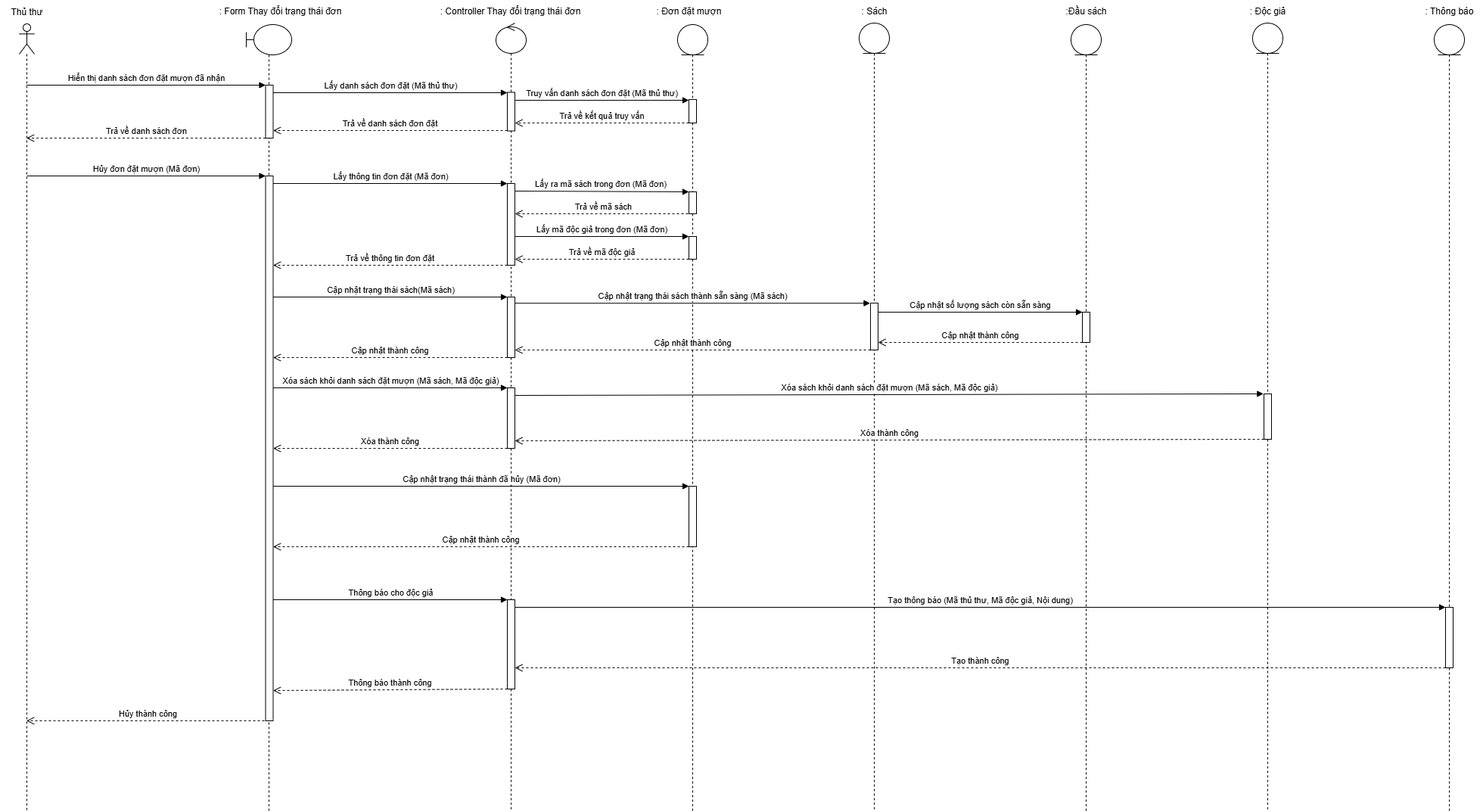
This is Sequence Diagram/UC Đặt mượn sách/Actor Thủ thư - Hủy đơn đặt mượn.png from kimcuongdev/LibrarySystemAD, a draw.io export, as it was before one commit. Source tidied: cells renumbered, new cells last; positions are measured from the earlier drawing's top-left corner, leaving out a move shared by most shapes.
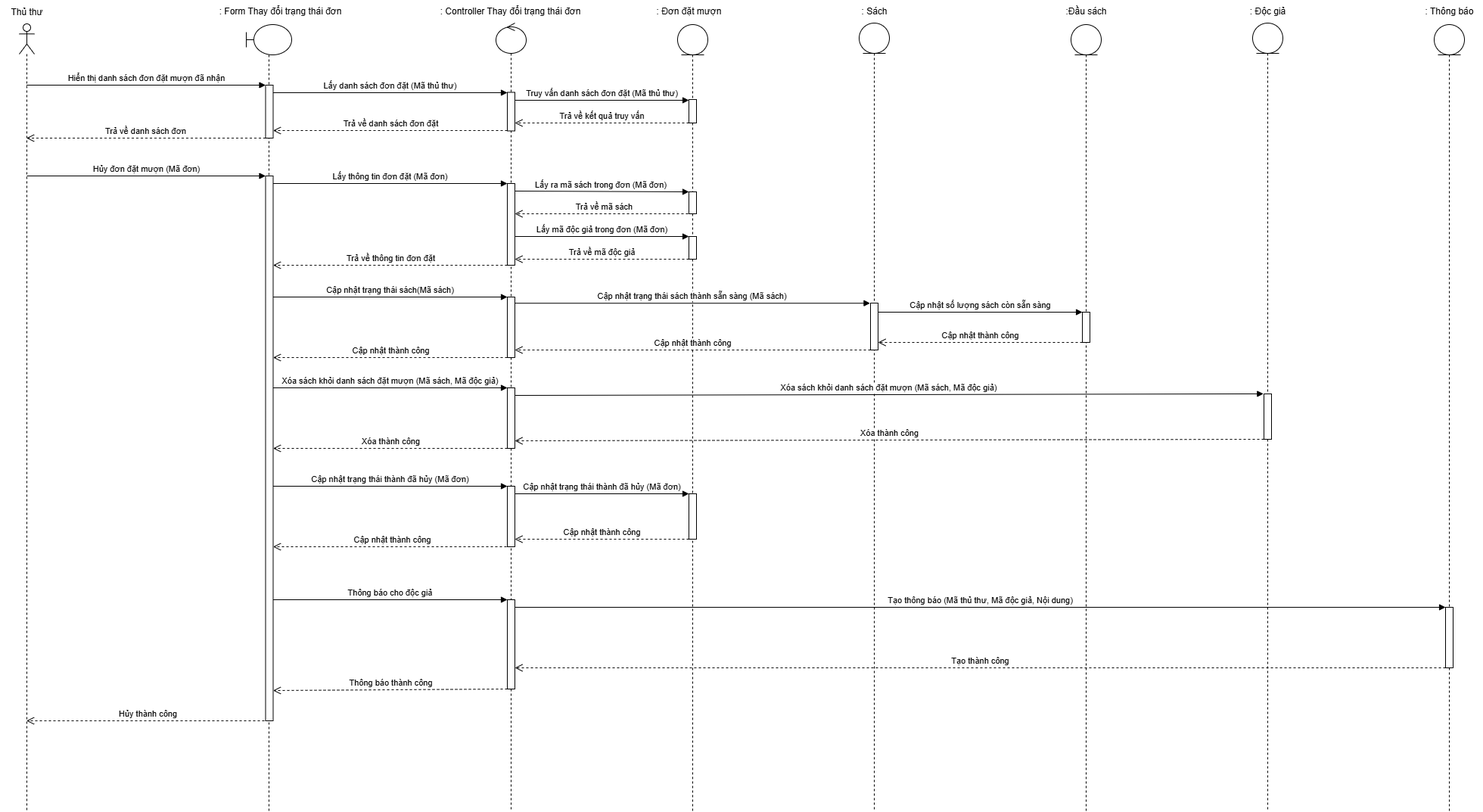
After the change.

Change to the diagram source:
```diff
@@ -52,6 +52,9 @@
     <mxCell id="15" style="html=1;points=[[0,0,0,0,5],[0,1,0,0,-5],[1,0,0,0,5],[1,1,0,0,-5]];perimeter=orthogonalPerimeter;outlineConnect=0;targetShapes=umlLifeline;portConstraint=eastwest;newEdgeStyle={&quot;curved&quot;:0,&quot;rounded&quot;:0};" parent="10" vertex="1">
       <mxGeometry x="15" y="762" width="10" height="118" as="geometry" />
     </mxCell>
+    <mxCell id="21" style="html=1;points=[[0,0,0,0,5],[0,1,0,0,-5],[1,0,0,0,5],[1,1,0,0,-5]];perimeter=orthogonalPerimeter;outlineConnect=0;targetShapes=umlLifeline;portConstraint=eastwest;newEdgeStyle={&quot;curved&quot;:0,&quot;rounded&quot;:0};" parent="10" vertex="1">
+      <mxGeometry x="15" y="612" width="10" height="80" as="geometry" />
+    </mxCell>
     <mxCell id="16" style="shape=umlLifeline;perimeter=lifelinePerimeter;whiteSpace=wrap;html=1;newEdgeStyle={&quot;curved&quot;:0,&quot;rounded&quot;:0};participant=umlEntity;" parent="1" vertex="1">
       <mxGeometry x="895" y="32" width="40" height="1040" as="geometry" />
     </mxCell>
@@ -73,9 +76,9 @@
         <mxPoint x="-215" y="310" as="targetPoint" />
       </mxGeometry>
     </mxCell>
-    <mxCell id="21" style="html=1;points=[[0,0,0,0,5],[0,1,0,0,-5],[1,0,0,0,5],[1,1,0,0,-5]];perimeter=orthogonalPerimeter;outlineConnect=0;targetShapes=umlLifeline;portConstraint=eastwest;newEdgeStyle={&quot;curved&quot;:0,&quot;rounded&quot;:0};" parent="16" vertex="1">
-      <mxGeometry x="15" y="610" width="10" height="80" as="geometry" />
-    </mxCell>
+    <mxCell id="64" style="html=1;perimeter=orthogonalPerimeter;targetShapes=umlLifeline;newEdgeStyle={&quot;curved&quot;:0,&quot;rounded&quot;:0};" parent="16" vertex="1">
+      <mxGeometry x="15" y="620" width="10" height="60" as="geometry" />
+    </mxCell>
     <mxCell id="22" style="shape=umlLifeline;perimeter=lifelinePerimeter;whiteSpace=wrap;html=1;newEdgeStyle={&quot;curved&quot;:0,&quot;rounded&quot;:0};participant=umlEntity;" parent="1" vertex="1">
       <mxGeometry x="1415" y="32" width="40" height="1040" as="geometry" />
     </mxCell>
@@ -201,7 +204,7 @@
         <mxPoint x="680" y="162" as="targetPoint" />
       </mxGeometry>
     </mxCell>
-    <mxCell id="52" value="Xóa sách khỏi&amp;nbsp;danh sách đặt mượn (Mã sách, Mã độc giả)" style="html=1;verticalAlign=bottom;endArrow=block;curved=0;rounded=0;entryX=-0.072;entryY=-0.001;entryDx=0;entryDy=0;entryPerimeter=0;" parent="1" edge="1" target="33">
+    <mxCell id="52" value="Xóa sách khỏi danh sách đặt mượn (Mã sách, Mã độc giả)" style="html=1;verticalAlign=bottom;endArrow=block;curved=0;rounded=0;entryX=-0.072;entryY=-0.001;entryDx=0;entryDy=0;entryPerimeter=0;" parent="1" edge="1" target="33">
       <mxGeometry relative="1" as="geometry">
         <mxPoint x="680" y="522" as="sourcePoint" />
       </mxGeometry>
@@ -211,15 +214,14 @@
         <mxPoint x="680" y="582" as="targetPoint" />
       </mxGeometry>
     </mxCell>
-    <mxCell id="54" value="Cập nhật trạng thái thành đã hủy (Mã đơn)" style="html=1;verticalAlign=bottom;endArrow=block;curved=0;rounded=0;entryX=0;entryY=0;entryDx=0;entryDy=5;" parent="1" edge="1">
+    <mxCell id="54" value="Cập nhật trạng thái thành đã hủy (Mã đơn)" style="html=1;verticalAlign=bottom;endArrow=block;curved=0;rounded=0;" parent="1" edge="1" target="21">
       <mxGeometry relative="1" as="geometry">
         <mxPoint x="360.5" y="642" as="sourcePoint" />
-        <mxPoint x="910" y="642" as="targetPoint" />
       </mxGeometry>
     </mxCell>
-    <mxCell id="55" value="Cập nhật thành công" style="html=1;verticalAlign=bottom;endArrow=open;dashed=1;endSize=8;curved=0;rounded=0;exitX=0;exitY=1;exitDx=0;exitDy=-5;" parent="1" edge="1">
+    <mxCell id="55" value="Cập nhật thành công" style="html=1;verticalAlign=bottom;endArrow=open;dashed=1;endSize=8;curved=0;rounded=0;" parent="1" edge="1">
       <mxGeometry relative="1" as="geometry">
-        <mxPoint x="910" y="722" as="sourcePoint" />
+        <mxPoint x="675" y="722" as="sourcePoint" />
         <mxPoint x="360.5" y="722" as="targetPoint" />
       </mxGeometry>
     </mxCell>
@@ -258,5 +260,17 @@
         <mxPoint x="355" y="952" as="sourcePoint" />
       </mxGeometry>
     </mxCell>
+    <mxCell id="65" value="Cập nhật trạng thái thành đã hủy (Mã đơn)" style="html=1;verticalAlign=bottom;endArrow=block;curved=0;rounded=0;entryX=0;entryY=0;entryDx=0;entryDy=5;" parent="1" edge="1">
+      <mxGeometry relative="1" as="geometry">
+        <mxPoint x="680" y="652" as="sourcePoint" />
+        <mxPoint x="910" y="652" as="targetPoint" />
+      </mxGeometry>
+    </mxCell>
+    <mxCell id="66" value="Cập nhật thành công" style="html=1;verticalAlign=bottom;endArrow=open;dashed=1;endSize=8;curved=0;rounded=0;exitX=0;exitY=1;exitDx=0;exitDy=-5;" parent="1" edge="1">
+      <mxGeometry relative="1" as="geometry">
+        <mxPoint x="910" y="712" as="sourcePoint" />
+        <mxPoint x="680" y="712" as="targetPoint" />
+      </mxGeometry>
+    </mxCell>
   </root>
 </mxGraphModel>
```
